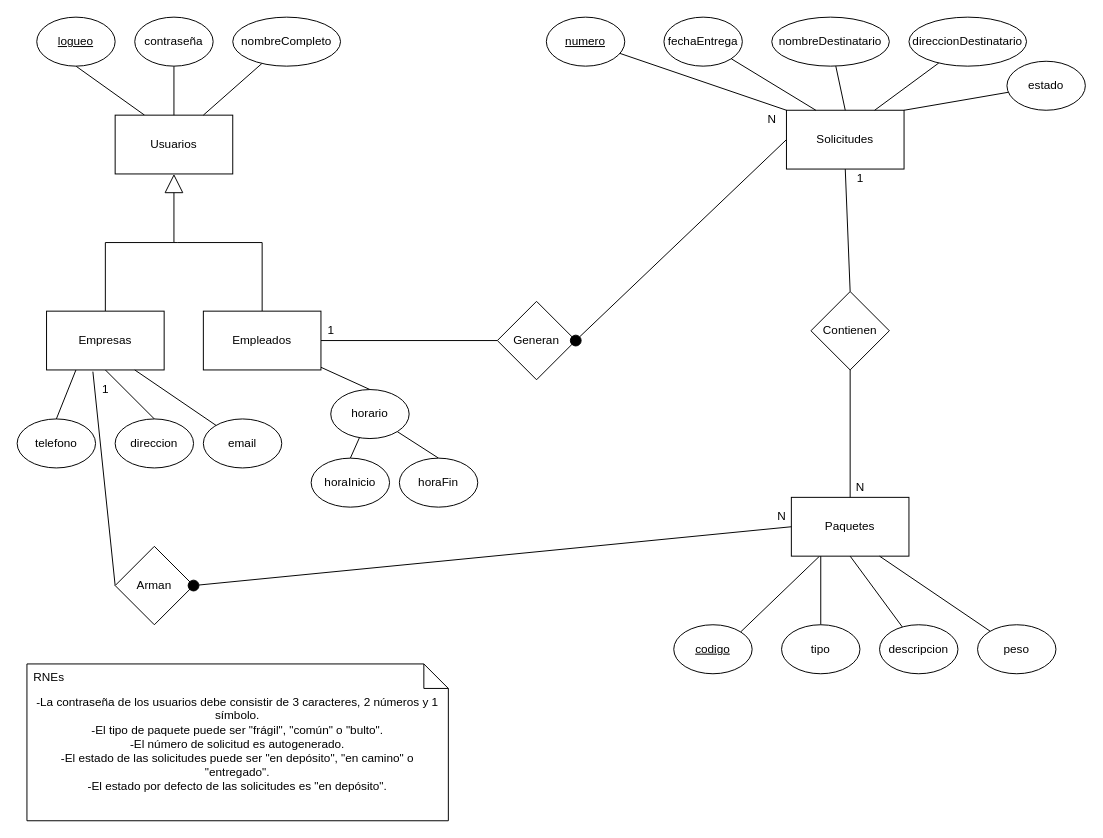
Before: Documentacion/MER.drawio in Gerosomma/ProyectoFinal2021, a draw.io diagram. Source tidied: cells renumbered, new cells numbered last; positions are measured from the earlier drawing's top-left corner, leaving out a move shared by most shapes. Both pictures are drawn from the tidied source at 98%, with x=0, y=0 at pixel (17, 17).
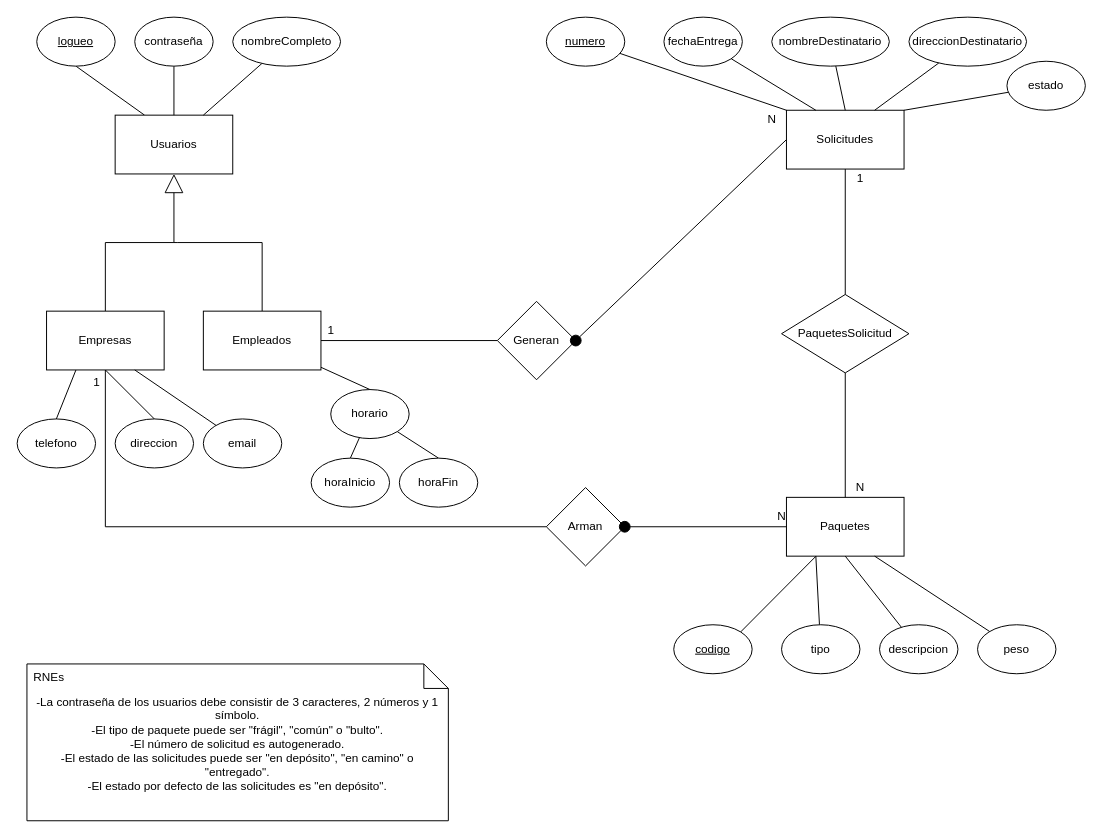
Above is the later version.

The change refers to these unchanged cells:
```xml
<mxCell id="9" value="Empresas" style="rounded=0;whiteSpace=wrap;html=1;" parent="1" vertex="1">
  <mxGeometry x="30" y="300" width="120" height="60" as="geometry" />
</mxCell>
```

What changed in the source:
```diff
@@
-    <mxCell id="8" style="edgeStyle=none;rounded=0;jettySize=auto;html=1;entryX=0;entryY=0.5;entryDx=0;entryDy=0;endArrow=none;endFill=0;endSize=11;exitX=0.394;exitY=1.029;exitDx=0;exitDy=0;exitPerimeter=0;" parent="1" edge="1" source="9" target="58">
-      <mxGeometry relative="1" as="geometry" />
+    <mxCell id="8" style="edgeStyle=orthogonalEdgeStyle;rounded=0;jettySize=auto;html=1;entryX=0;entryY=0.5;entryDx=0;entryDy=0;endArrow=none;endFill=0;endSize=11;exitX=0.5;exitY=1;exitDx=0;exitDy=0;" parent="1" edge="1" source="9" target="58">
+      <mxGeometry relative="1" as="geometry">
+        <Array as="points">
+          <mxPoint x="90" y="520" />
+        </Array>
+      </mxGeometry>
     </mxCell>
@@
     <mxCell id="32" value="Paquetes" style="rounded=0;whiteSpace=wrap;html=1;" parent="1" vertex="1">
-      <mxGeometry x="790" y="490" width="120" height="60" as="geometry" />
+      <mxGeometry x="785" y="490" width="120" height="60" as="geometry" />
     </mxCell>
@@
-    <mxCell id="47" value="Contienen" style="rhombus;whiteSpace=wrap;html=1;" parent="1" vertex="1">
-      <mxGeometry x="810" y="280" width="80" height="80" as="geometry" />
+    <mxCell id="47" value="PaquetesSolicitud" style="rhombus;whiteSpace=wrap;html=1;" parent="1" vertex="1">
+      <mxGeometry x="780" y="283" width="130" height="80" as="geometry" />
     </mxCell>
@@
     <mxCell id="58" value="Arman" style="rhombus;whiteSpace=wrap;html=1;" parent="1" vertex="1">
-      <mxGeometry x="100" y="540" width="80" height="80" as="geometry" />
+      <mxGeometry x="540" y="480" width="80" height="80" as="geometry" />
     </mxCell>
     <mxCell id="59" value="1" style="text;html=1;align=center;verticalAlign=middle;" parent="1" vertex="1">
-      <mxGeometry x="80" y="370" width="20" height="20" as="geometry" />
+      <mxGeometry x="71" y="363" width="20" height="20" as="geometry" />
     </mxCell>
```
